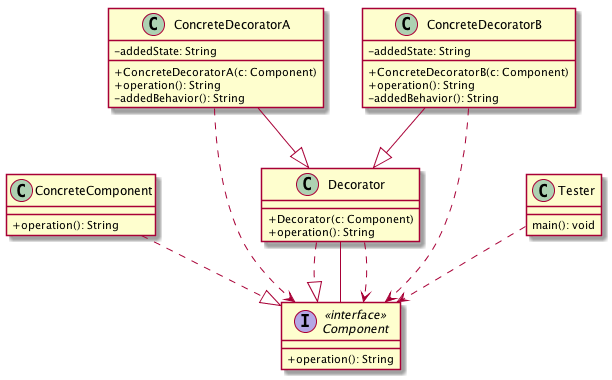
The PlantUML diagram bin/umloutput.png in rishirajrandive/uml-parser, before a commit.
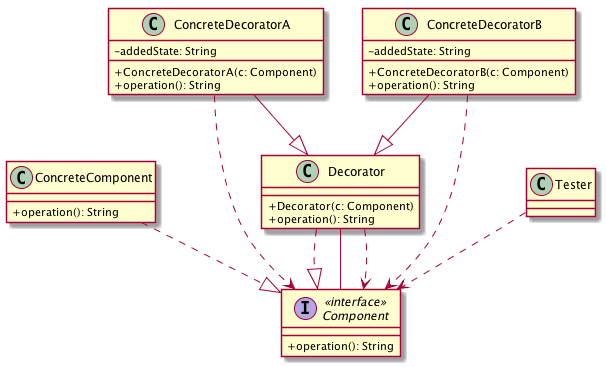
Later version of the same file.

Change to the diagram source:
```diff
@@ -12,7 +12,6 @@
 -addedState: String
 +ConcreteDecoratorA(c: Component)
 +operation(): String
--addedBehavior(): String
 }
 
 class Decorator {
@@ -24,11 +23,9 @@
 -addedState: String
 +ConcreteDecoratorB(c: Component)
 +operation(): String
--addedBehavior(): String
 }
 
 class Tester {
-main(): void
 }
 
 ConcreteComponent..|>Component
```
